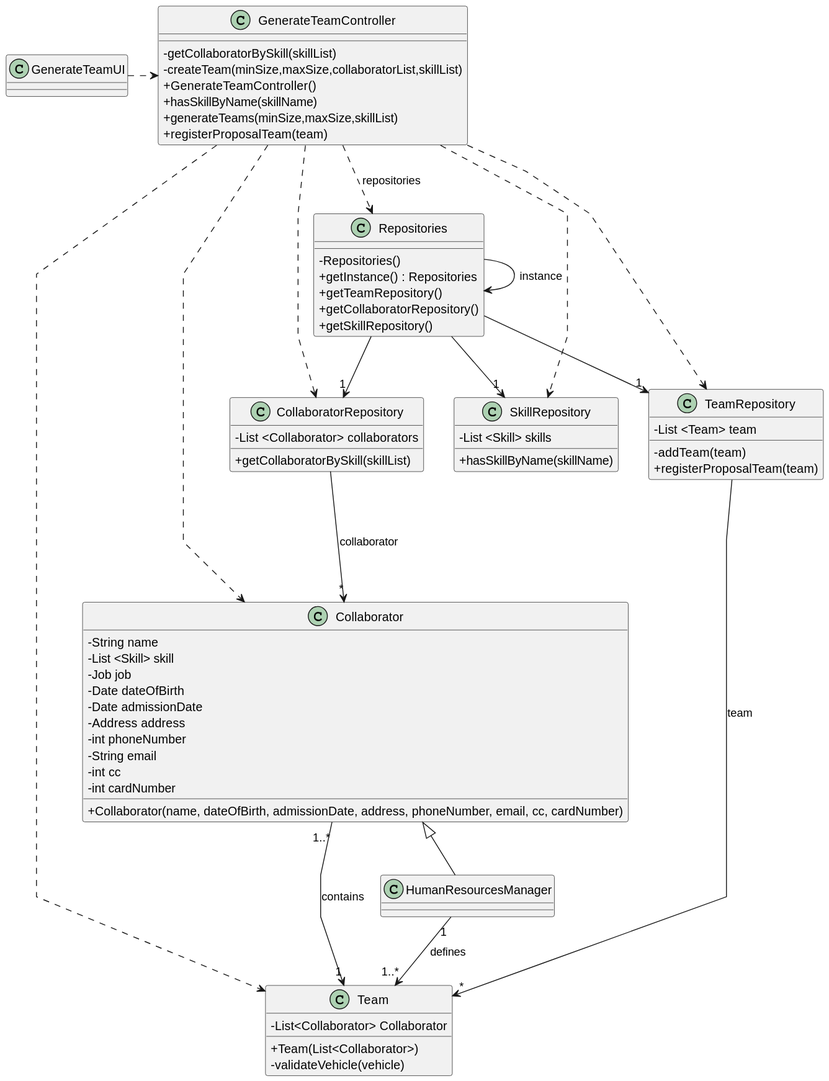
Earlier version of the PlantUML export docs/sprint2/us05/03.design/svg/us05-class-diagram.svg (Departamento-de-Engenharia-Informatica/lei-24-s2-1db-g022).
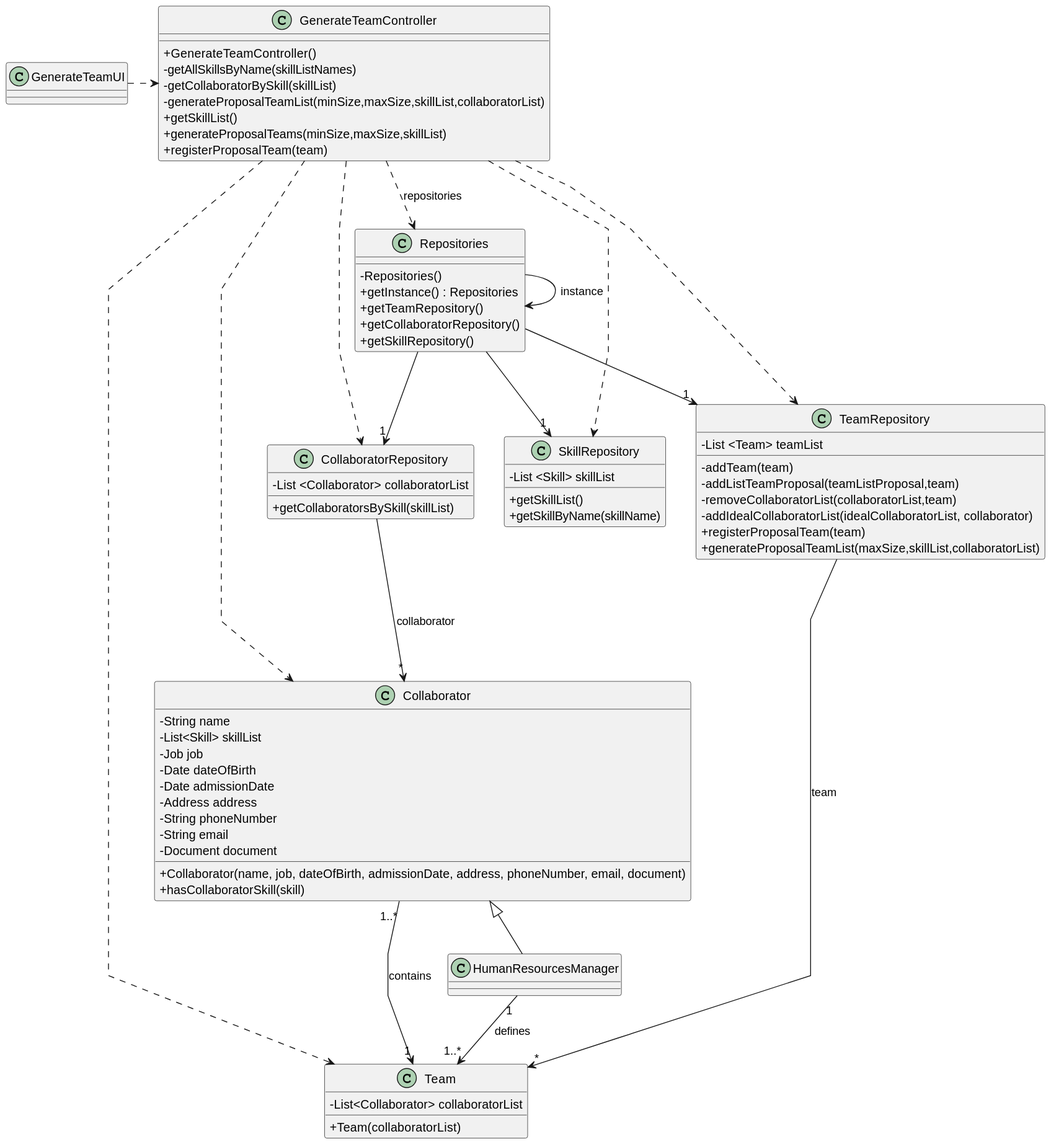
The same file after the commit.

Change to the diagram source:
```diff
@@ -7,18 +7,18 @@
 
 
 class GenerateTeamController {
+    + GenerateTeamController()
+    - getAllSkillsByName(skillListNames)
     - getCollaboratorBySkill(skillList)
-    - createTeam(minSize,maxSize,collaboratorList,skillList)
-    + GenerateTeamController()
-    + hasSkillByName(skillName)
-    + generateTeams(minSize,maxSize,skillList)
+    - generateProposalTeamList(minSize,maxSize,skillList,collaboratorList)
+    + getSkillList()
+    + generateProposalTeams(minSize,maxSize,skillList)
     + registerProposalTeam(team)
 }
 
 class Team {
-    - List<Collaborator> Collaborator
-    + Team(List<Collaborator>)
-    - validateVehicle(vehicle)
+    - List<Collaborator> collaboratorList
+    + Team(collaboratorList)
 }
 
 class GenerateTeamUI {
@@ -26,18 +26,19 @@
 
 class Collaborator {
     -String name
-    -List <Skill> skill
+    -List<Skill> skillList
     -Job job
     -Date dateOfBirth
     -Date admissionDate
     -Address address
-    -int phoneNumber
+    -String phoneNumber
     -String email
-    -int cc
-    -int cardNumber
+    -Document document
 
-    + Collaborator(name, dateOfBirth, admissionDate, address, phoneNumber, email, cc, cardNumber)
+    + Collaborator(name, job, dateOfBirth, admissionDate, address, phoneNumber, email, document)
+    + hasCollaboratorSkill(skill)
 }
+
 
 class HumanResourcesManager {
 }
@@ -52,19 +53,24 @@
 }
 
 class TeamRepository {
-    - List <Team> team
+    - List <Team> teamList
     - addTeam(team)
+    - addListTeamProposal(teamListProposal,team)
+    - removeCollaboratorList(collaboratorList,team)
+    - addIdealCollaboratorList(idealCollaboratorList, collaborator)
     + registerProposalTeam(team)
+    + generateProposalTeamList(maxSize,skillList,collaboratorList)
 }
 
 class SkillRepository {
-    - List <Skill> skills
-    + hasSkillByName(skillName)
+    - List <Skill> skillList
+    + getSkillList()
+    + getSkillByName(skillName)
 }
 
 class CollaboratorRepository {
-    - List <Collaborator> collaborators
-    + getCollaboratorBySkill(skillList)
+    - List <Collaborator> collaboratorList
+    + getCollaboratorsBySkill(skillList)
 }
 
 class HumanResourcesManager{}
```
